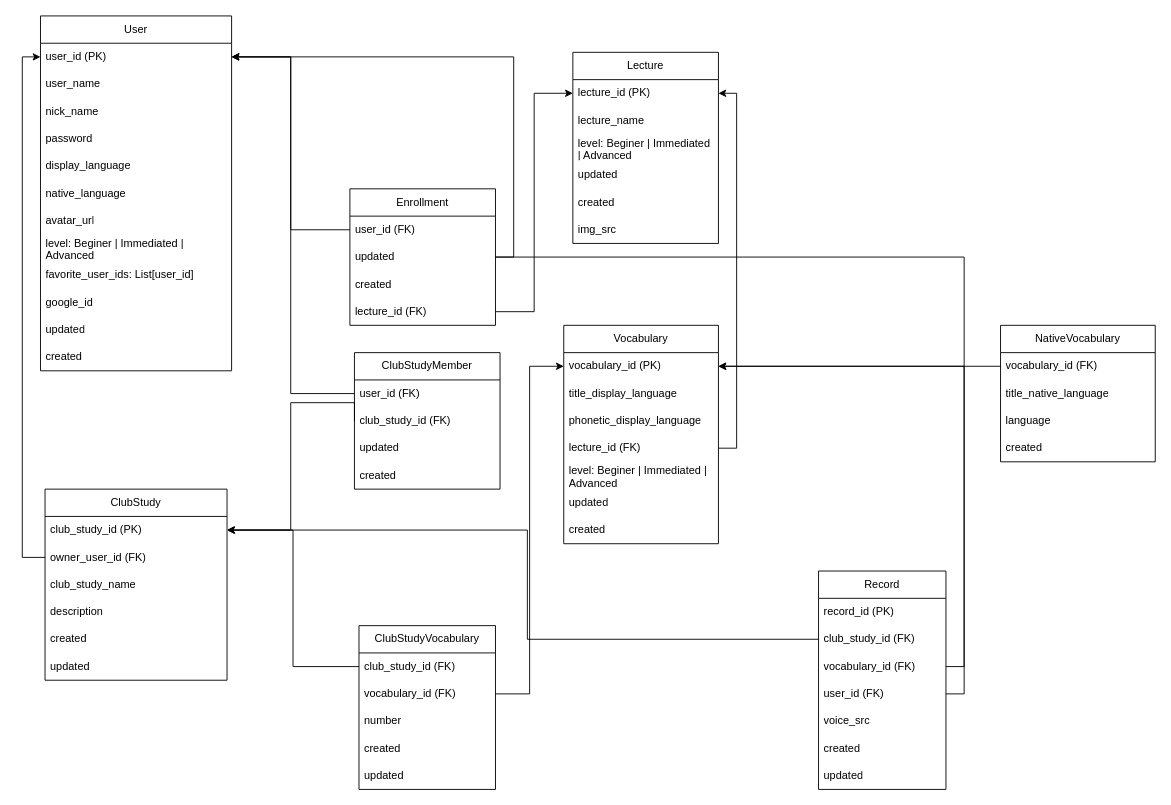
The draw.io diagram docs/db-scheme.dio in dudaji-vn/my-english-accent-webapp, before the edit. Source tidied: cells renumbered, new cells numbered last; positions are measured from the earlier drawing's top-left corner, leaving out a move shared by most shapes. Both pictures are drawn from the tidied source at 91%, with x=0, y=0 at pixel (40, 15).
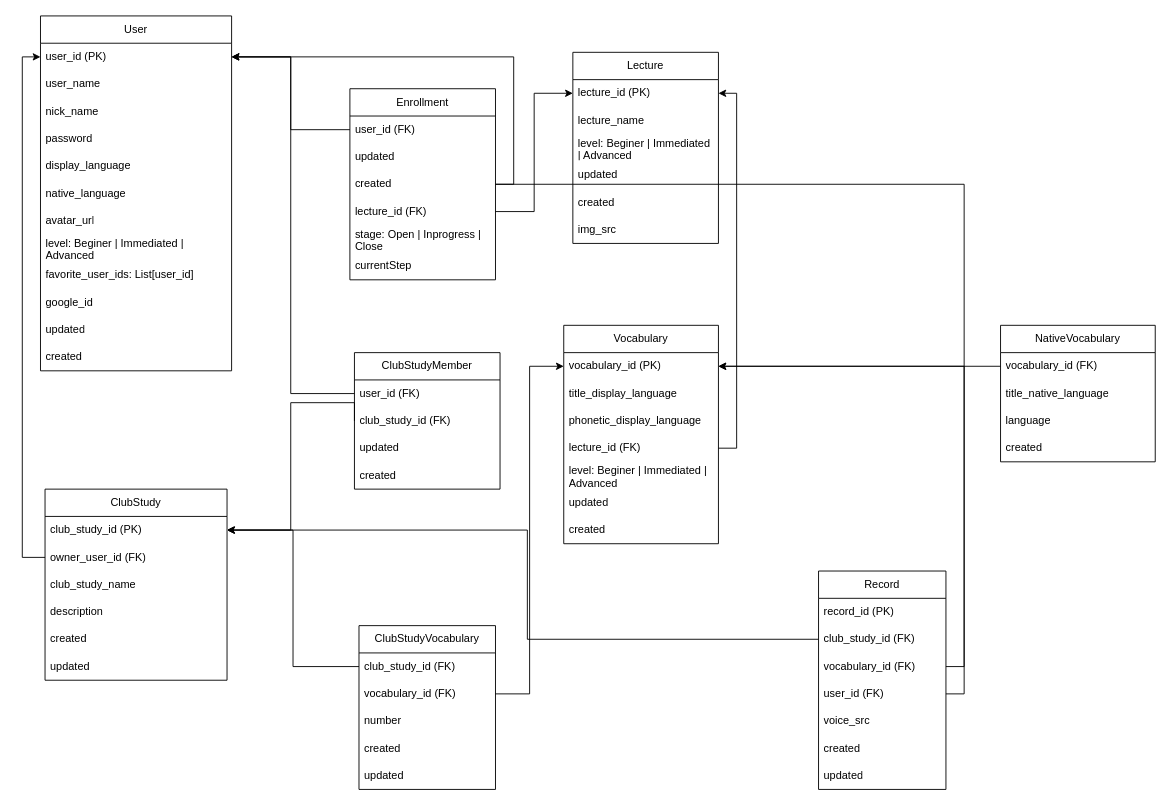
The same page after the edit.

What changed in the source:
```diff
@@
     <mxCell id="68" value="Enrollment" style="swimlane;fontStyle=0;horizontal=1;startSize=30;whiteSpace=wrap;html=1;" parent="1" vertex="1">
-      <mxGeometry x="340" y="190" width="160" height="150" as="geometry" />
+      <mxGeometry x="340" y="80" width="160" height="210" as="geometry" />
     </mxCell>
@@
+    <mxCell id="79" value="stage: Open | Inprogress | Close" style="text;strokeColor=none;fillColor=none;align=left;verticalAlign=middle;spacingLeft=4;spacingRight=4;overflow=hidden;whiteSpace=wrap;html=1;" parent="68" vertex="1">
+      <mxGeometry y="150" width="160" height="30" as="geometry" />
+    </mxCell>
+    <mxCell id="80" value="currentStep" style="text;strokeColor=none;fillColor=none;align=left;verticalAlign=middle;spacingLeft=4;spacingRight=4;overflow=hidden;whiteSpace=wrap;html=1;" parent="68" vertex="1">
+      <mxGeometry y="180" width="160" height="30" as="geometry" />
+    </mxCell>
```
